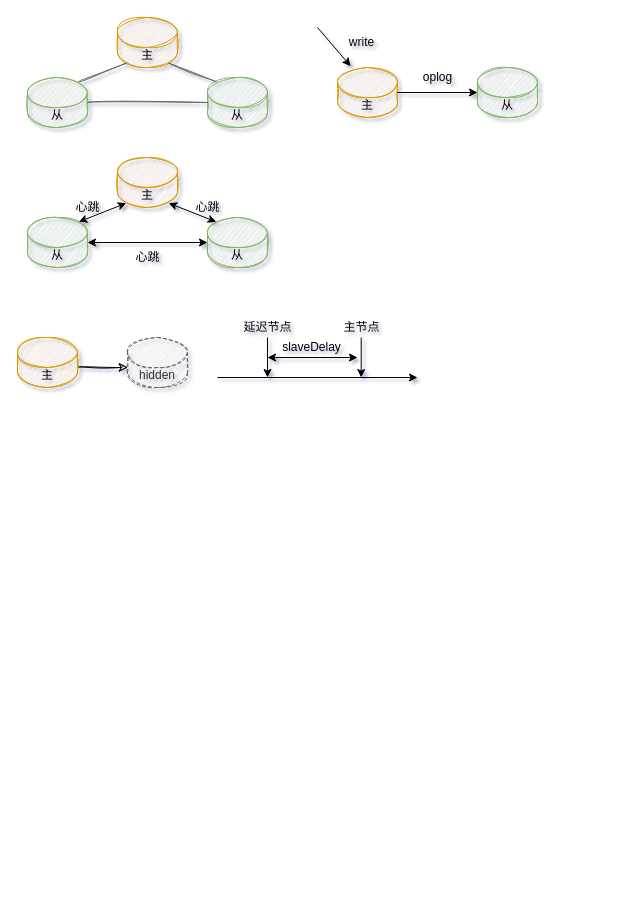
This is diagrams/mongodb.drawio from TayeShi/Twinkle, a draw.io file, before an edit. Source tidied: cells renumbered, new cells numbered last; positions are measured from the earlier drawing's top-left corner, leaving out a move shared by most shapes. Both pictures are drawn from the tidied source at 100%, with x=0, y=0 at pixel (17, 17).
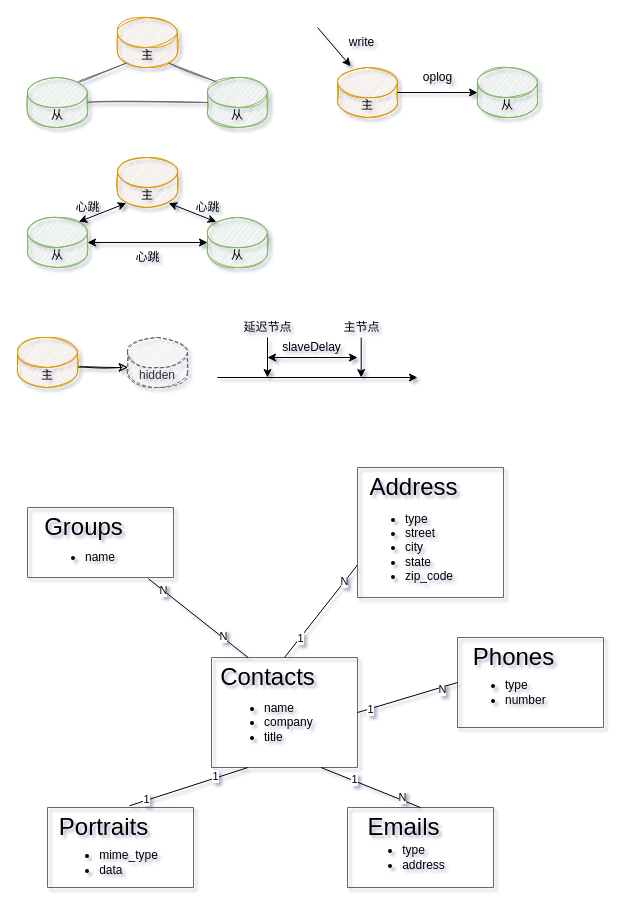
The same diagram, later.

Diff of the diagram source:
```diff
@@
+    <mxCell id="35" style="swimlane;startSize=0;strokeColor=#666666;fontColor=#333333;fillColor=#828282;" parent="1" vertex="1">
+      <mxGeometry x="194" y="640" width="146" height="110" as="geometry" />
+    </mxCell>
+    <mxCell id="36" value="&lt;font style=&quot;font-size: 24px&quot;&gt;Contacts&lt;/font&gt;" style="text;html=1;align=center;verticalAlign=middle;strokeColor=none;" parent="35" vertex="1">
+      <mxGeometry x="1" y="10" width="110" height="20" as="geometry" />
+    </mxCell>
+    <mxCell id="37" value="&lt;ul&gt;&lt;li&gt;&lt;span&gt;name&lt;/span&gt;&lt;br&gt;&lt;/li&gt;&lt;li&gt;&lt;span&gt;company&lt;/span&gt;&lt;/li&gt;&lt;li&gt;&lt;span&gt;title&lt;/span&gt;&lt;/li&gt;&lt;/ul&gt;" style="text;html=1;align=left;verticalAlign=middle;strokeColor=none;" parent="35" vertex="1">
+      <mxGeometry x="11" y="30" width="100" height="70" as="geometry" />
+    </mxCell>
+    <mxCell id="38" style="swimlane;startSize=0;fillColor=#f5f5f5;strokeColor=#666666;fontColor=#333333;" parent="1" vertex="1">
+      <mxGeometry x="10" y="490" width="146" height="70" as="geometry" />
+    </mxCell>
+    <mxCell id="39" value="&lt;font style=&quot;font-size: 24px&quot;&gt;Groups&lt;/font&gt;" style="text;html=1;align=center;verticalAlign=middle;strokeColor=none;" parent="38" vertex="1">
+      <mxGeometry x="11" y="10" width="90" height="20" as="geometry" />
+    </mxCell>
+    <mxCell id="40" value="&lt;ul&gt;&lt;li&gt;name&lt;/li&gt;&lt;/ul&gt;" style="text;html=1;align=left;verticalAlign=middle;strokeColor=none;" parent="38" vertex="1">
+      <mxGeometry x="16" y="30" width="90" height="40" as="geometry" />
+    </mxCell>
+    <mxCell id="41" style="swimlane;startSize=0;fillColor=#f5f5f5;strokeColor=#666666;fontColor=#333333;" parent="1" vertex="1">
+      <mxGeometry x="30" y="790" width="146" height="80" as="geometry" />
+    </mxCell>
+    <mxCell id="42" value="&lt;font style=&quot;font-size: 24px&quot;&gt;Portraits&lt;/font&gt;" style="text;html=1;align=center;verticalAlign=middle;strokeColor=none;" parent="41" vertex="1">
+      <mxGeometry x="6" y="10" width="100" height="20" as="geometry" />
+    </mxCell>
+    <mxCell id="43" value="&lt;ul&gt;&lt;li&gt;mime_type&lt;/li&gt;&lt;li style=&quot;text-align: left&quot;&gt;data&lt;/li&gt;&lt;/ul&gt;" style="text;html=1;align=center;verticalAlign=middle;strokeColor=none;" parent="41" vertex="1">
+      <mxGeometry x="6" y="25" width="110" height="60" as="geometry" />
+    </mxCell>
+    <mxCell id="44" style="swimlane;startSize=0;fillColor=#f5f5f5;strokeColor=#666666;fontColor=#333333;" parent="1" vertex="1">
+      <mxGeometry x="330" y="790" width="146" height="80" as="geometry" />
+    </mxCell>
+    <mxCell id="45" value="&lt;font style=&quot;font-size: 24px&quot;&gt;Emails&lt;br&gt;&lt;/font&gt;" style="text;html=1;align=center;verticalAlign=middle;strokeColor=none;" parent="44" vertex="1">
+      <mxGeometry x="11" y="10" width="90" height="20" as="geometry" />
+    </mxCell>
+    <mxCell id="46" value="&lt;ul&gt;&lt;li style=&quot;text-align: left&quot;&gt;type&lt;/li&gt;&lt;li style=&quot;text-align: left&quot;&gt;address&lt;/li&gt;&lt;/ul&gt;" style="text;html=1;align=center;verticalAlign=middle;strokeColor=none;" parent="44" vertex="1">
+      <mxGeometry x="6" y="20" width="100" height="60" as="geometry" />
+    </mxCell>
+    <mxCell id="47" style="swimlane;startSize=0;fillColor=#f5f5f5;strokeColor=#666666;fontColor=#333333;" parent="1" vertex="1">
+      <mxGeometry x="440" y="620" width="146" height="90" as="geometry" />
+    </mxCell>
+    <mxCell id="48" value="&lt;font style=&quot;font-size: 24px&quot;&gt;Phones&lt;/font&gt;" style="text;html=1;align=center;verticalAlign=middle;strokeColor=none;" parent="47" vertex="1">
+      <mxGeometry x="6" y="10" width="100" height="20" as="geometry" />
+    </mxCell>
+    <mxCell id="49" value="&lt;ul&gt;&lt;li&gt;type&lt;/li&gt;&lt;li&gt;number&lt;/li&gt;&lt;/ul&gt;" style="text;html=1;align=left;verticalAlign=middle;strokeColor=none;" parent="47" vertex="1">
+      <mxGeometry x="6" y="25" width="100" height="60" as="geometry" />
+    </mxCell>
+    <mxCell id="50" style="swimlane;startSize=0;fillColor=#f5f5f5;strokeColor=#666666;fontColor=#333333;" parent="1" vertex="1">
+      <mxGeometry x="340" y="450" width="146" height="130" as="geometry" />
+    </mxCell>
+    <mxCell id="51" value="&lt;font style=&quot;font-size: 24px&quot;&gt;Address&lt;/font&gt;" style="text;html=1;align=center;verticalAlign=middle;strokeColor=none;" parent="50" vertex="1">
+      <mxGeometry x="6" y="10" width="100" height="20" as="geometry" />
+    </mxCell>
+    <mxCell id="52" value="&lt;ul&gt;&lt;li&gt;type&lt;/li&gt;&lt;li&gt;street&lt;/li&gt;&lt;li&gt;city&lt;/li&gt;&lt;li&gt;state&lt;/li&gt;&lt;li&gt;zip_code&lt;/li&gt;&lt;/ul&gt;" style="text;html=1;align=left;verticalAlign=middle;strokeColor=none;" parent="50" vertex="1">
+      <mxGeometry x="6" y="30" width="100" height="100" as="geometry" />
+    </mxCell>
+    <mxCell id="53" style="endArrow=none;html=1;exitX=1;exitY=0.5;exitDx=0;exitDy=0;entryX=0;entryY=0.5;entryDx=0;entryDy=0;" parent="1" edge="1" source="35" target="47">
+      <mxGeometry relative="1" as="geometry" />
+    </mxCell>
+    <mxCell id="54" value="1" style="edgeLabel;html=1;align=center;verticalAlign=middle;" parent="53" vertex="1">
+      <mxGeometry x="-0.74" y="-1" relative="1" as="geometry">
+        <mxPoint x="-1" as="offset" />
+      </mxGeometry>
+    </mxCell>
+    <mxCell id="55" value="N" style="edgeLabel;html=1;align=center;verticalAlign=middle;" parent="53" vertex="1">
+      <mxGeometry x="0.69" y="-2" relative="1" as="geometry" />
+    </mxCell>
+    <mxCell id="56" style="endArrow=none;html=1;exitX=0.828;exitY=1.017;exitDx=0;exitDy=0;exitPerimeter=0;entryX=0.25;entryY=0;entryDx=0;entryDy=0;" parent="1" edge="1" source="38" target="35">
+      <mxGeometry relative="1" as="geometry" />
+    </mxCell>
+    <mxCell id="57" value="N" style="edgeLabel;html=1;align=center;verticalAlign=middle;" parent="56" vertex="1">
+      <mxGeometry x="-0.72" relative="1" as="geometry" />
+    </mxCell>
+    <mxCell id="58" value="N" style="edgeLabel;html=1;align=center;verticalAlign=middle;" parent="56" vertex="1">
+      <mxGeometry x="0.49" y="2" relative="1" as="geometry">
+        <mxPoint x="-1" as="offset" />
+      </mxGeometry>
+    </mxCell>
+    <mxCell id="59" style="endArrow=none;html=1;exitX=0.5;exitY=0;exitDx=0;exitDy=0;entryX=0;entryY=0.75;entryDx=0;entryDy=0;" parent="1" edge="1" source="35" target="50">
+      <mxGeometry relative="1" as="geometry" />
+    </mxCell>
+    <mxCell id="60" value="1" style="edgeLabel;html=1;align=center;verticalAlign=middle;" parent="59" vertex="1">
+      <mxGeometry x="-0.57" relative="1" as="geometry" />
+    </mxCell>
+    <mxCell id="61" value="N" style="edgeLabel;html=1;align=center;verticalAlign=middle;" parent="59" vertex="1">
+      <mxGeometry x="0.64" y="1" relative="1" as="geometry" />
+    </mxCell>
+    <mxCell id="62" style="endArrow=none;html=1;exitX=0.25;exitY=1;exitDx=0;exitDy=0;entryX=0.562;entryY=-0.022;entryDx=0;entryDy=0;entryPerimeter=0;" parent="1" edge="1" source="35" target="41">
+      <mxGeometry relative="1" as="geometry" />
+    </mxCell>
+    <mxCell id="63" value="1" style="edgeLabel;html=1;align=center;verticalAlign=middle;" parent="62" vertex="1">
+      <mxGeometry x="0.72" y="-1" relative="1" as="geometry" />
+    </mxCell>
+    <mxCell id="64" value="1" style="edgeLabel;html=1;align=center;verticalAlign=middle;" parent="62" vertex="1">
+      <mxGeometry x="-0.44" y="-2" relative="1" as="geometry">
+        <mxPoint x="1" as="offset" />
+      </mxGeometry>
+    </mxCell>
+    <mxCell id="65" style="endArrow=none;html=1;exitX=0.75;exitY=1;exitDx=0;exitDy=0;entryX=0.5;entryY=0;entryDx=0;entryDy=0;" parent="1" edge="1" source="35" target="44">
+      <mxGeometry relative="1" as="geometry" />
+    </mxCell>
+    <mxCell id="66" value="1" style="edgeLabel;html=1;align=center;verticalAlign=middle;" parent="65" vertex="1">
+      <mxGeometry x="-0.35" y="2" relative="1" as="geometry" />
+    </mxCell>
+    <mxCell id="67" value="N" style="edgeLabel;html=1;align=center;verticalAlign=middle;" parent="65" vertex="1">
+      <mxGeometry x="0.61" y="4" relative="1" as="geometry">
+        <mxPoint y="1" as="offset" />
+      </mxGeometry>
+    </mxCell>
```
